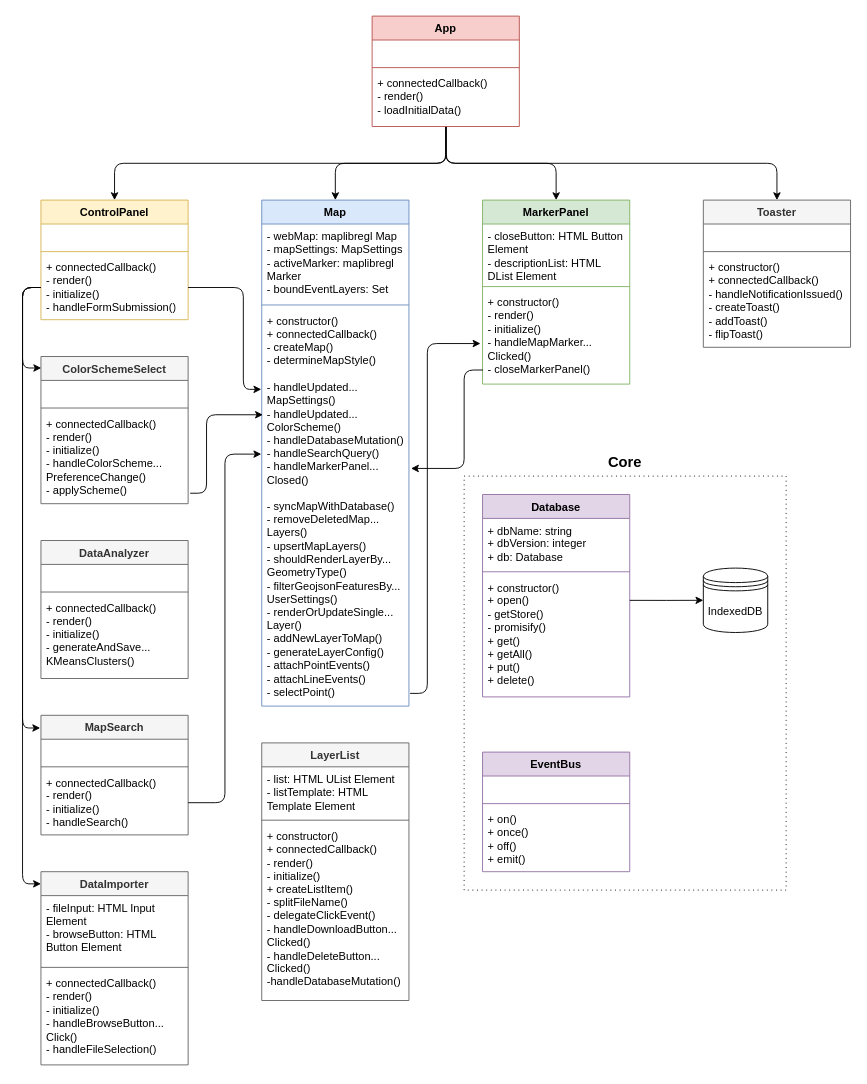
Aps-x/Capstone keeps this draw.io diagram as docs/ClassDiagram.drawio. Above is the earlier version. Source tidied: cells renumbered, new cells numbered last; positions are measured from the earlier drawing's top-left corner, leaving out a move shared by most shapes. Both pictures are drawn from the tidied source at 92%, with x=0, y=0 at pixel (40, 16). Pictures stored in the file or linked from it are replaced by grey dashed boxes.
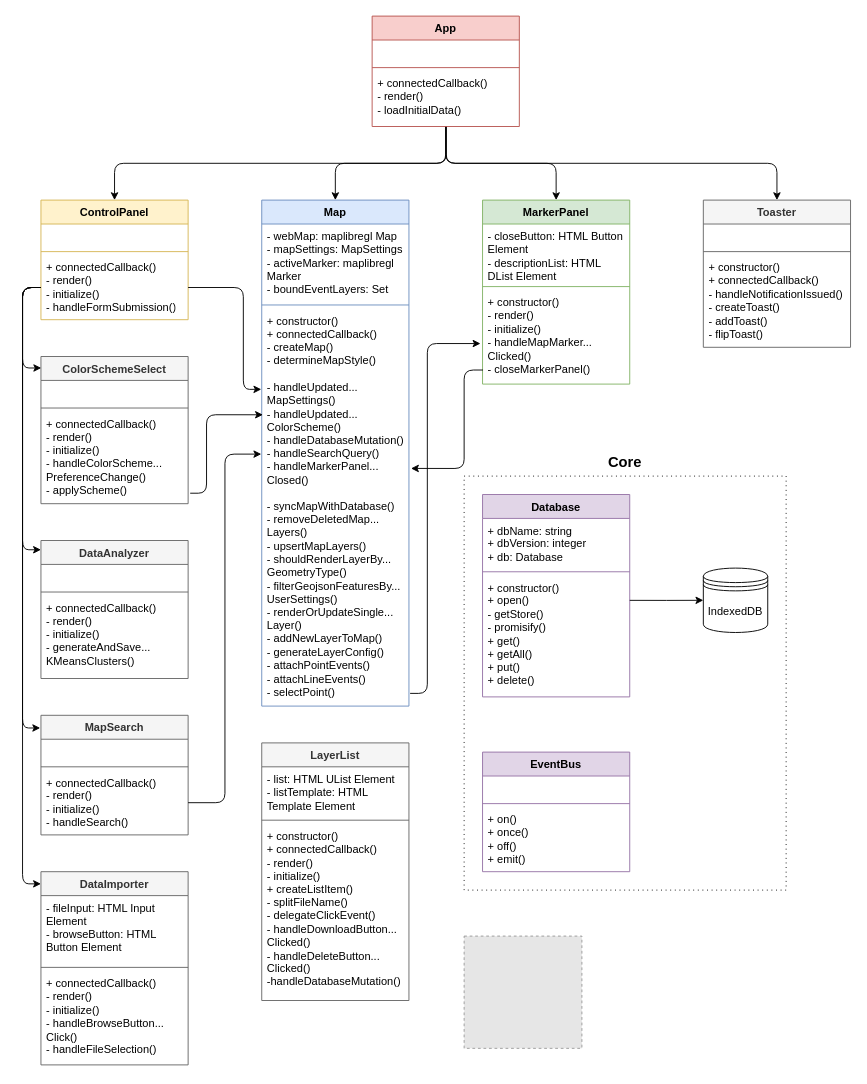
The same page after the edit.

Unchanged cells that the change refers to:
```xml
<mxCell id="10" value="&lt;div&gt;+ connectedCallback()&lt;/div&gt;&lt;div&gt;- render()&lt;/div&gt;&lt;div&gt;- initialize()&lt;/div&gt;&lt;div&gt;- handleFormSubmission()&lt;/div&gt;" style="text;strokeColor=none;fillColor=none;align=left;verticalAlign=top;spacingLeft=4;spacingRight=4;overflow=hidden;points=[[0,0.5],[1,0.5]];portConstraint=eastwest;whiteSpace=wrap;html=1;" parent="7" vertex="1">
  <mxGeometry y="60" width="160" height="70" as="geometry" />
</mxCell>
<mxCell id="57" value="&lt;div&gt;DataAnalyzer&lt;/div&gt;" style="swimlane;fontStyle=1;align=center;verticalAlign=top;horizontal=1;startSize=26;whiteSpace=wrap;html=1;fillColor=#f5f5f5;strokeColor=#666666;fontColor=#333333;" parent="1" vertex="1">
  <mxGeometry y="570" width="160" height="150" as="geometry" />
</mxCell>
```

Diff of the diagram source:
```diff
@@
+    <mxCell id="66" style="edgeStyle=orthogonalEdgeStyle;rounded=1;jettySize=auto;html=1;entryX=0;entryY=0.067;entryDx=0;entryDy=0;entryPerimeter=0;curved=0;" parent="1" edge="1" source="10" target="57">
+      <mxGeometry relative="1" as="geometry" />
+    </mxCell>
+    <mxCell id="67" style="fillColor=#E6E6E6;strokeColor=#999999;dashed=1;verticalLabelPosition=bottom;labelBackgroundColor=default;verticalAlign=top;" parent="1" vertex="1">
+      <mxGeometry x="460" y="1000" width="128" height="122" as="geometry" />
+    </mxCell>
```
